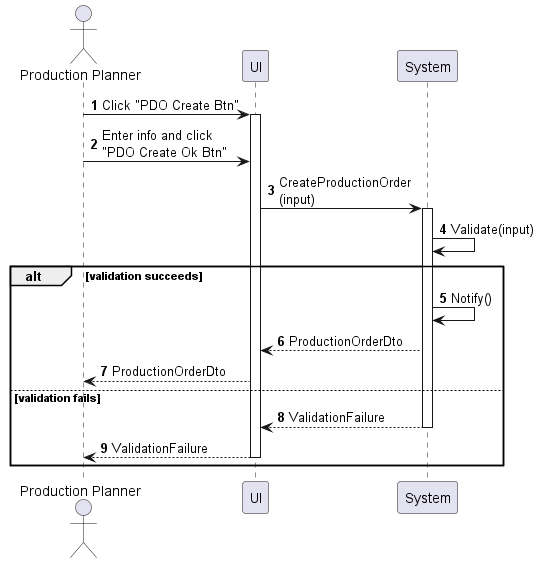
phihungha/scmss-reqs keeps this PlantUML diagram as sequences/production-order-create.png. Above is the earlier version.
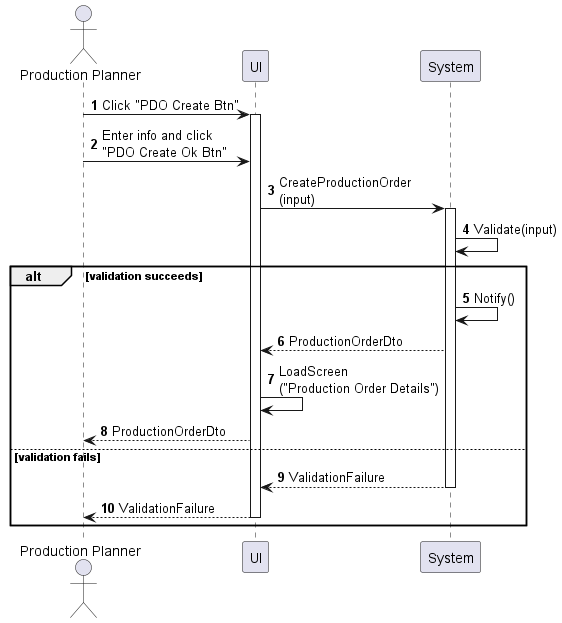
Later version of the same file.

Diff of the diagram source:
```diff
@@ -15,6 +15,7 @@
 alt validation succeeds
     b -> b : Notify()
     b --> f : ProductionOrderDto
+    f -> f : LoadScreen\n("Production Order Details")
     f --> a : ProductionOrderDto
 else validation fails
     return ValidationFailure
```
